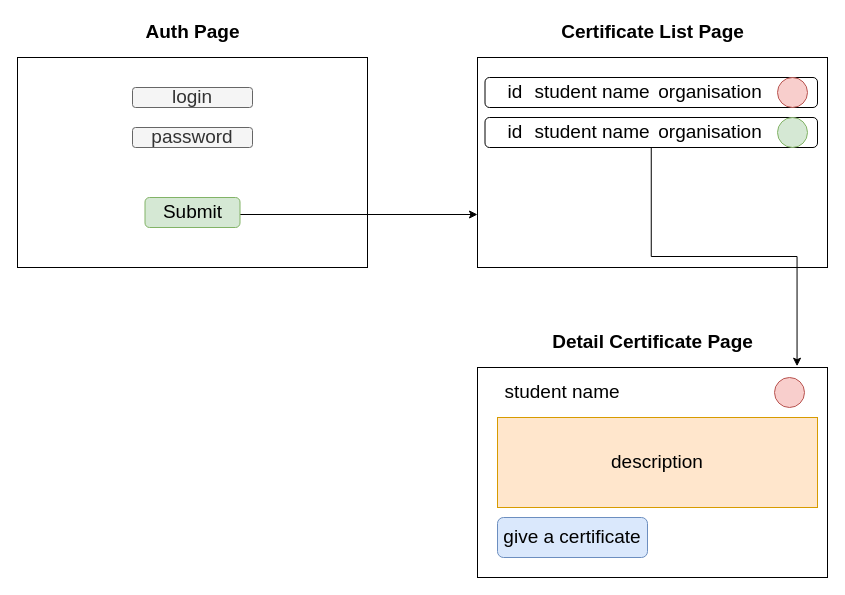
This is design.drawio from Zavulon39/bfu-certificate, a draw.io file, before an edit. Source tidied: cells renumbered, new cells numbered last; positions are measured from the earlier drawing's top-left corner, leaving out a move shared by most shapes. Both pictures are drawn from the tidied source at 100%, with x=0, y=0 at pixel (17, 17).
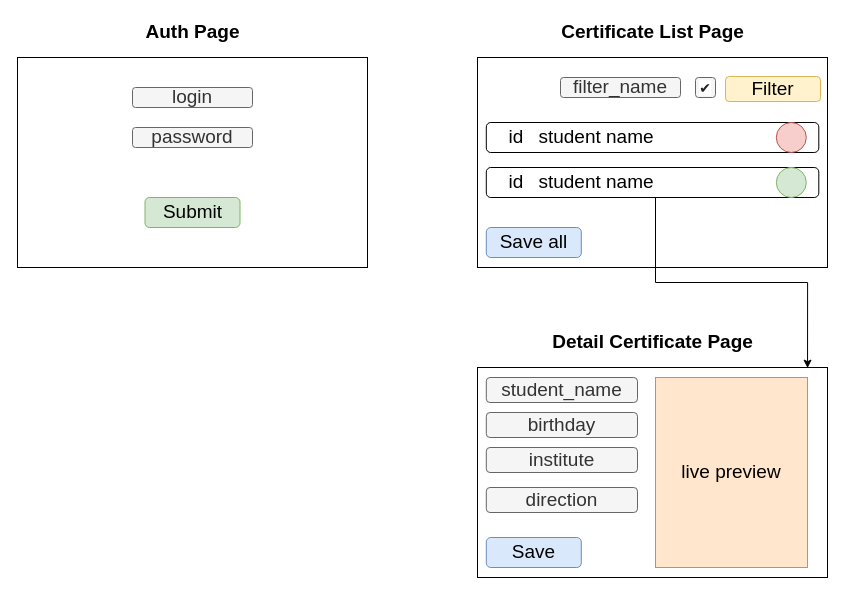
After the change.

Unchanged cells that the change refers to:
```xml
<mxCell id="7" value="Submit" style="rounded=1;whiteSpace=wrap;html=1;fontSize=19;fillColor=#d5e8d4;strokeColor=#82b366;" parent="1" vertex="1">
  <mxGeometry x="127.5" y="180" width="95" height="30" as="geometry" />
</mxCell>
<mxCell id="8" style="rounded=0;whiteSpace=wrap;html=1;" parent="1" vertex="1">
  <mxGeometry x="460" y="40" width="350" height="210" as="geometry" />
</mxCell>
<mxCell id="19" style="rounded=0;whiteSpace=wrap;html=1;" parent="1" vertex="1">
  <mxGeometry x="460" y="350" width="350" height="210" as="geometry" />
</mxCell>
```

Change to the diagram source:
```diff
@@
-    <mxCell id="6" style="edgeStyle=elbowEdgeStyle;rounded=0;jettySize=auto;elbow=vertical;html=1;entryX=0;entryY=0.75;entryDx=0;entryDy=0;fontSize=19;" parent="1" edge="1" source="7" target="8">
-      <mxGeometry relative="1" as="geometry" />
-    </mxCell>
@@
-    <mxCell id="10" style="rounded=1;whiteSpace=wrap;html=1;fontSize=19;" parent="1" vertex="1">
-      <mxGeometry x="467.5" y="60" width="332.5" height="30" as="geometry" />
-    </mxCell>
-    <mxCell id="11" value="id" style="text;html=1;strokeColor=none;fillColor=none;align=center;verticalAlign=middle;whiteSpace=wrap;rounded=0;fontSize=19;" parent="1" vertex="1">
-      <mxGeometry x="467.5" y="60" width="60" height="30" as="geometry" />
-    </mxCell>
-    <mxCell id="12" value="student name" style="text;html=1;strokeColor=none;fillColor=none;align=center;verticalAlign=middle;whiteSpace=wrap;rounded=0;fontSize=19;" parent="1" vertex="1">
-      <mxGeometry x="515.8" y="60" width="118" height="30" as="geometry" />
-    </mxCell>
-    <mxCell id="13" style="ellipse;whiteSpace=wrap;html=1;fontSize=19;fillColor=#f8cecc;strokeColor=#b85450;" parent="1" vertex="1">
-      <mxGeometry x="760" y="60" width="30" height="30" as="geometry" />
-    </mxCell>
-    <mxCell id="14" style="edgeStyle=elbowEdgeStyle;rounded=0;jettySize=auto;elbow=vertical;html=1;entryX=0.913;entryY=-0.006;entryDx=0;entryDy=0;entryPerimeter=0;fontSize=19;" parent="1" edge="1" source="15" target="19">
-      <mxGeometry relative="1" as="geometry" />
-    </mxCell>
-    <mxCell id="15" style="rounded=1;whiteSpace=wrap;html=1;fontSize=19;" parent="1" vertex="1">
-      <mxGeometry x="467.5" y="100" width="332.5" height="30" as="geometry" />
-    </mxCell>
-    <mxCell id="16" value="id" style="text;html=1;strokeColor=none;fillColor=none;align=center;verticalAlign=middle;whiteSpace=wrap;rounded=0;fontSize=19;" parent="1" vertex="1">
-      <mxGeometry x="467.5" y="100" width="60" height="30" as="geometry" />
-    </mxCell>
-    <mxCell id="17" value="student name" style="text;html=1;strokeColor=none;fillColor=none;align=center;verticalAlign=middle;whiteSpace=wrap;rounded=0;fontSize=19;" parent="1" vertex="1">
-      <mxGeometry x="515.8" y="100" width="118" height="30" as="geometry" />
-    </mxCell>
-    <mxCell id="18" style="ellipse;whiteSpace=wrap;html=1;fontSize=19;fillColor=#d5e8d4;strokeColor=#82b366;" parent="1" vertex="1">
-      <mxGeometry x="760" y="100" width="30" height="30" as="geometry" />
-    </mxCell>
@@
-    <mxCell id="21" value="organisation" style="text;html=1;strokeColor=none;fillColor=none;align=center;verticalAlign=middle;whiteSpace=wrap;rounded=0;fontSize=19;" parent="1" vertex="1">
-      <mxGeometry x="633.8" y="60" width="118" height="30" as="geometry" />
-    </mxCell>
-    <mxCell id="22" value="organisation" style="text;html=1;strokeColor=none;fillColor=none;align=center;verticalAlign=middle;whiteSpace=wrap;rounded=0;fontSize=19;" parent="1" vertex="1">
-      <mxGeometry x="633.8" y="100" width="118" height="30" as="geometry" />
-    </mxCell>
-    <mxCell id="23" value="student name" style="text;html=1;strokeColor=none;fillColor=none;align=center;verticalAlign=middle;whiteSpace=wrap;rounded=0;fontSize=19;" parent="1" vertex="1">
-      <mxGeometry x="480" y="360" width="130" height="30" as="geometry" />
-    </mxCell>
-    <mxCell id="24" style="ellipse;whiteSpace=wrap;html=1;fontSize=19;fillColor=#f8cecc;strokeColor=#b85450;" parent="1" vertex="1">
-      <mxGeometry x="757" y="360" width="30" height="30" as="geometry" />
-    </mxCell>
-    <mxCell id="25" value="description" style="text;html=1;strokeColor=#d79b00;fillColor=#ffe6cc;align=center;verticalAlign=middle;whiteSpace=wrap;rounded=0;fontSize=19;" parent="1" vertex="1">
-      <mxGeometry x="480" y="400" width="320" height="90" as="geometry" />
+    <mxCell id="25" value="live preview" style="text;html=1;strokeColor=#d79b00;fillColor=#ffe6cc;align=center;verticalAlign=middle;whiteSpace=wrap;rounded=0;fontSize=19;" parent="1" vertex="1">
+      <mxGeometry x="638" y="360" width="152" height="190" as="geometry" />
     </mxCell>
-    <mxCell id="26" value="give a certificate" style="rounded=1;whiteSpace=wrap;html=1;fontSize=19;fillColor=#dae8fc;strokeColor=#6c8ebf;" parent="1" vertex="1">
-      <mxGeometry x="480" y="500" width="150" height="40" as="geometry" />
-    </mxCell>
+    <mxCell id="27" value="filter_name" style="rounded=1;whiteSpace=wrap;html=1;fontSize=19;fillColor=#f5f5f5;strokeColor=#666666;fontColor=#333333;" parent="1" vertex="1">
+      <mxGeometry x="543" y="60" width="120" height="20" as="geometry" />
+    </mxCell>
+    <mxCell id="28" value="&lt;span style=&quot;color: rgb(32 , 33 , 34) ; font-family: sans-serif ; font-size: 14px ; background-color: rgb(255 , 255 , 255)&quot;&gt;✔&lt;/span&gt;" style="rounded=1;whiteSpace=wrap;html=1;fontSize=19;fillColor=#f5f5f5;strokeColor=#666666;fontColor=#333333;" parent="1" vertex="1">
+      <mxGeometry x="678" y="60" width="20" height="20" as="geometry" />
+    </mxCell>
+    <mxCell id="29" value="Filter" style="rounded=1;whiteSpace=wrap;html=1;fontSize=19;fillColor=#fff2cc;strokeColor=#d6b656;" parent="1" vertex="1">
+      <mxGeometry x="708" y="59" width="95" height="25" as="geometry" />
+    </mxCell>
+    <mxCell id="30" style="rounded=1;whiteSpace=wrap;html=1;fontSize=19;" parent="1" vertex="1">
+      <mxGeometry x="468.8" y="105" width="332.5" height="30" as="geometry" />
+    </mxCell>
+    <mxCell id="31" value="id" style="text;html=1;strokeColor=none;fillColor=none;align=center;verticalAlign=middle;whiteSpace=wrap;rounded=0;fontSize=19;" parent="1" vertex="1">
+      <mxGeometry x="468.8" y="105" width="60" height="30" as="geometry" />
+    </mxCell>
+    <mxCell id="32" style="ellipse;whiteSpace=wrap;html=1;fontSize=19;fillColor=#f8cecc;strokeColor=#b85450;" parent="1" vertex="1">
+      <mxGeometry x="758.8" y="105" width="30" height="30" as="geometry" />
+    </mxCell>
+    <mxCell id="33" value="student name" style="text;html=1;strokeColor=none;fillColor=none;align=center;verticalAlign=middle;whiteSpace=wrap;rounded=0;fontSize=19;" parent="1" vertex="1">
+      <mxGeometry x="520" y="105" width="118" height="30" as="geometry" />
+    </mxCell>
+    <mxCell id="34" style="rounded=1;whiteSpace=wrap;html=1;fontSize=19;" parent="1" vertex="1">
+      <mxGeometry x="468.8" y="150" width="332.5" height="30" as="geometry" />
+    </mxCell>
+    <mxCell id="35" value="id" style="text;html=1;strokeColor=none;fillColor=none;align=center;verticalAlign=middle;whiteSpace=wrap;rounded=0;fontSize=19;" parent="1" vertex="1">
+      <mxGeometry x="468.8" y="150" width="60" height="30" as="geometry" />
+    </mxCell>
+    <mxCell id="36" style="ellipse;whiteSpace=wrap;html=1;fontSize=19;fillColor=#d5e8d4;strokeColor=#82b366;" parent="1" vertex="1">
+      <mxGeometry x="758.8" y="150" width="30" height="30" as="geometry" />
+    </mxCell>
+    <mxCell id="37" style="edgeStyle=orthogonalEdgeStyle;rounded=0;jettySize=auto;html=1;exitX=1;exitY=1;exitDx=0;exitDy=0;entryX=0.943;entryY=0.003;entryDx=0;entryDy=0;entryPerimeter=0;" parent="1" edge="1" source="38" target="19">
+      <mxGeometry relative="1" as="geometry" />
+    </mxCell>
+    <mxCell id="38" value="student name" style="text;html=1;strokeColor=none;fillColor=none;align=center;verticalAlign=middle;whiteSpace=wrap;rounded=0;fontSize=19;" parent="1" vertex="1">
+      <mxGeometry x="520" y="150" width="118" height="30" as="geometry" />
+    </mxCell>
+    <mxCell id="39" value="Save all" style="rounded=1;whiteSpace=wrap;html=1;fontSize=19;fillColor=#dae8fc;strokeColor=#6c8ebf;" parent="1" vertex="1">
+      <mxGeometry x="468.8" y="210" width="95" height="30" as="geometry" />
+    </mxCell>
+    <mxCell id="40" value="student_name" style="rounded=1;whiteSpace=wrap;html=1;fontSize=19;fillColor=#f5f5f5;strokeColor=#666666;fontColor=#333333;" parent="1" vertex="1">
+      <mxGeometry x="468.8" y="360" width="151.2" height="25" as="geometry" />
+    </mxCell>
+    <mxCell id="41" value="birthday" style="rounded=1;whiteSpace=wrap;html=1;fontSize=19;fillColor=#f5f5f5;strokeColor=#666666;fontColor=#333333;" parent="1" vertex="1">
+      <mxGeometry x="468.8" y="395" width="151.2" height="25" as="geometry" />
+    </mxCell>
+    <mxCell id="42" value="institute" style="rounded=1;whiteSpace=wrap;html=1;fontSize=19;fillColor=#f5f5f5;strokeColor=#666666;fontColor=#333333;" parent="1" vertex="1">
+      <mxGeometry x="468.8" y="430" width="151.2" height="25" as="geometry" />
+    </mxCell>
+    <mxCell id="43" value="Save" style="rounded=1;whiteSpace=wrap;html=1;fontSize=19;fillColor=#dae8fc;strokeColor=#6c8ebf;" parent="1" vertex="1">
+      <mxGeometry x="468.8" y="520" width="95" height="30" as="geometry" />
+    </mxCell>
+    <mxCell id="44" value="direction" style="rounded=1;whiteSpace=wrap;html=1;fontSize=19;fillColor=#f5f5f5;strokeColor=#666666;fontColor=#333333;" parent="1" vertex="1">
+      <mxGeometry x="468.8" y="470" width="151.2" height="25" as="geometry" />
+    </mxCell>
```
